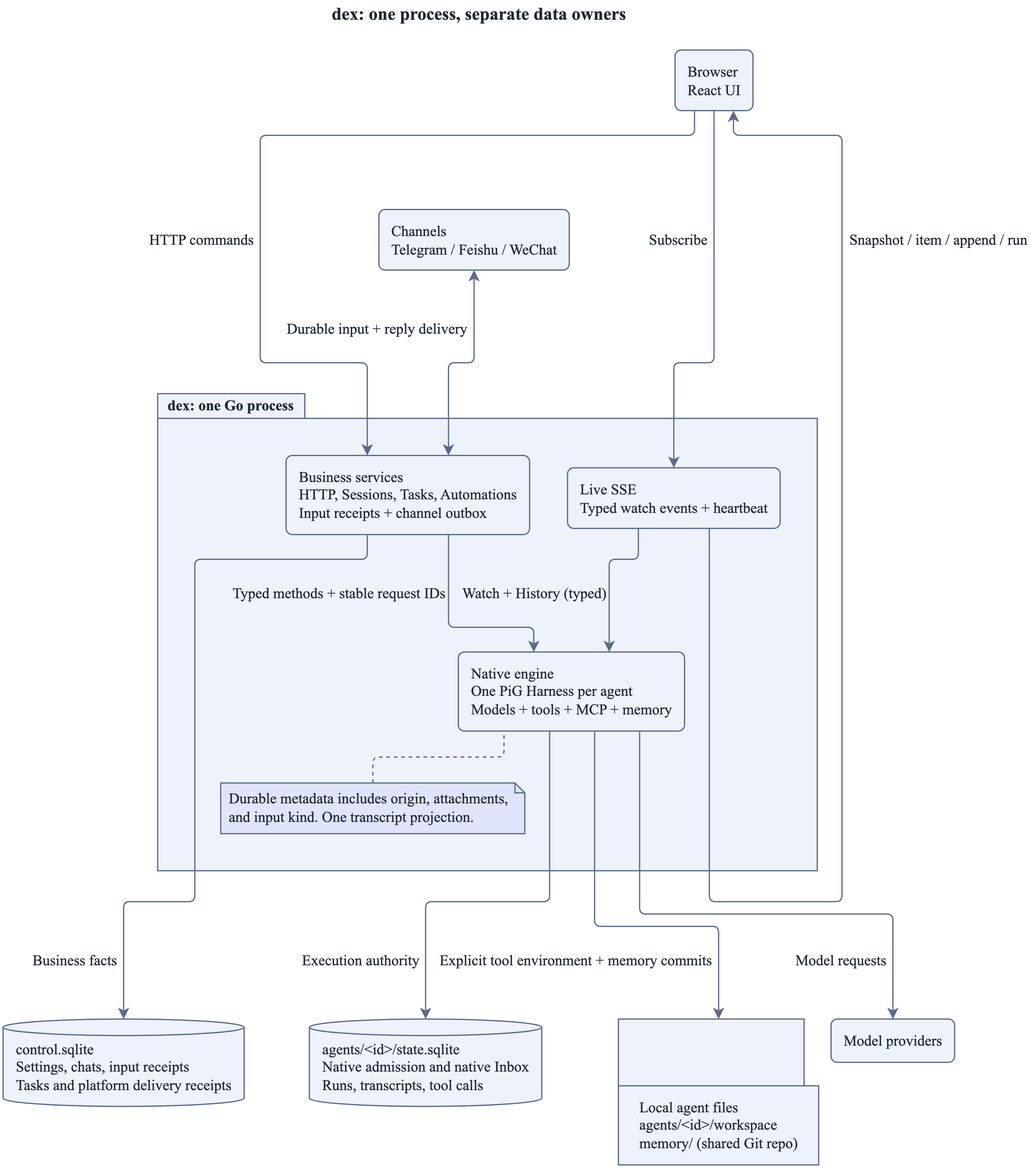
Above: docs/assets/architecture.png in recally-io/dex (PlantUML), before the change. Its source is kept beside it as docs/assets/src/architecture.puml.
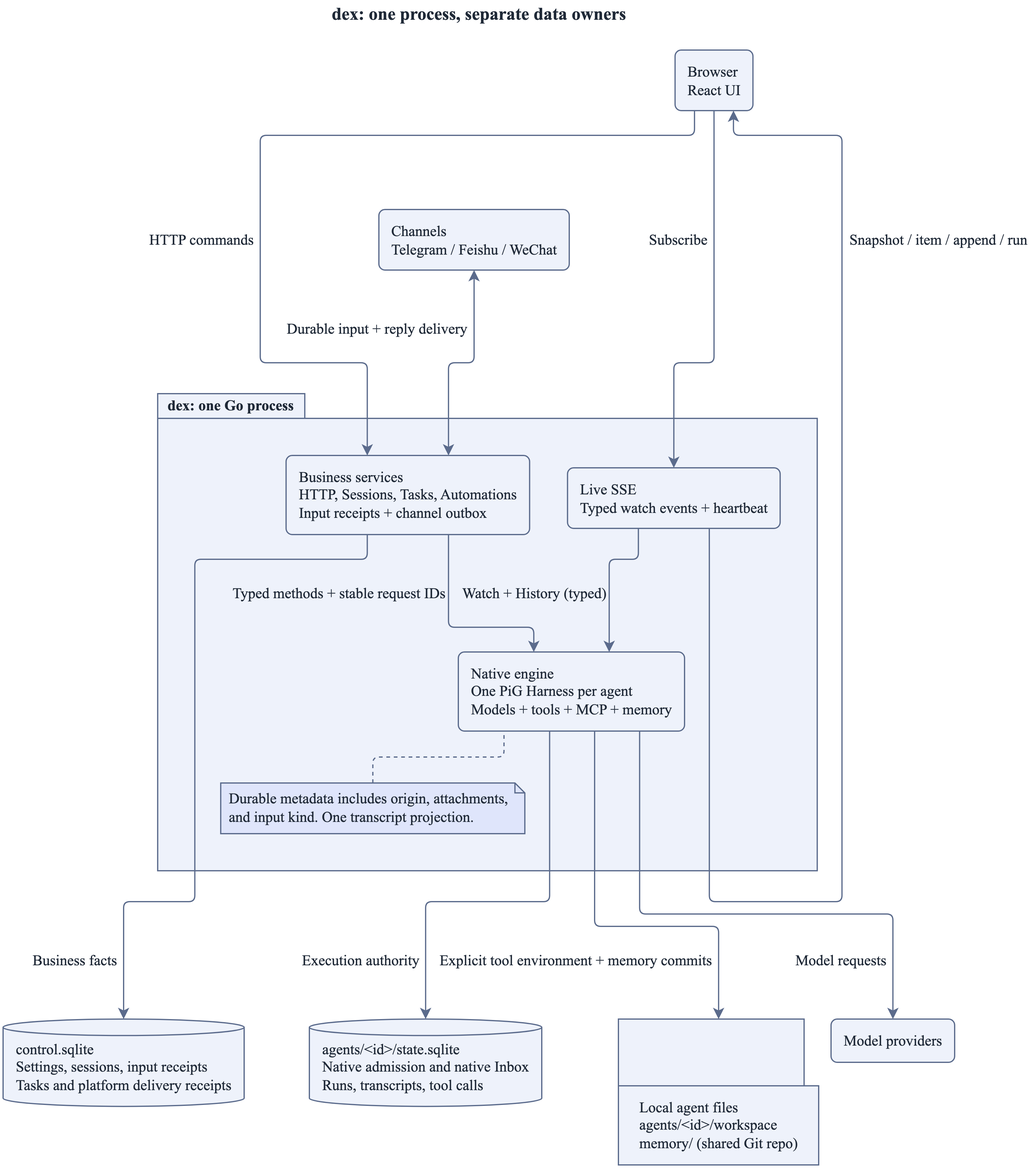
After the change.

What changed in the source:
```diff
@@ -66,7 +66,7 @@
 Typed watch events + heartbeat" as live
 }
 database "control.sqlite
-Settings, chats, input receipts
+Settings, sessions, input receipts
 Tasks and platform delivery receipts" as cdb
 database "agents/<id>/state.sqlite
 Native admission and native Inbox
```
